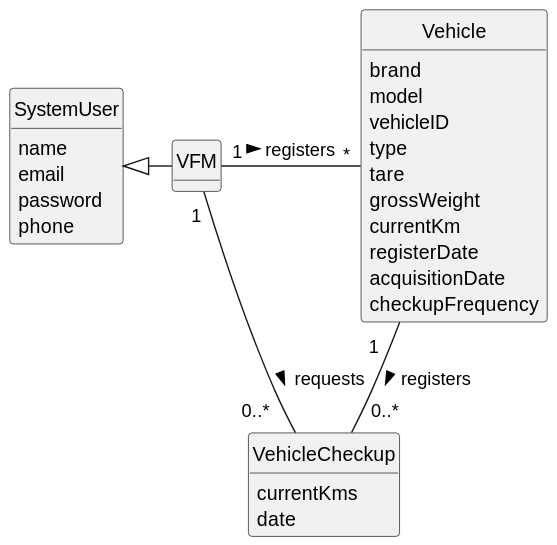
Earlier version of the PlantUML export docs/sprintB/us008/02.analysis/svg/us008-domain-model.svg (Departamento-de-Engenharia-Informatica/lei-24-s2-1do-g164). Source of this version:
```plantuml
@startuml
skinparam monochrome true
skinparam packageStyle rectangle
skinparam shadowing false



skinparam classAttributeIconSize 0

hide circle
hide methods


class SystemUser {
    name
    email
    password
    phone

}
class VFM {

}

class VehicleCheckup {
    currentKms
    date

}

class Vehicle {

        brand
        model
        vehicleID
        type
        tare
        grossWeight
        currentKm
        registerDate
        acquisitionDate
        checkupFrequency
}


VFM "1" - "*" Vehicle : registers >
Vehicle "1   " -- "0..*                        " VehicleCheckup : registers >
VFM "           1 " - "0..*   " VehicleCheckup : requests >
SystemUser <|- VFM
@enduml
```
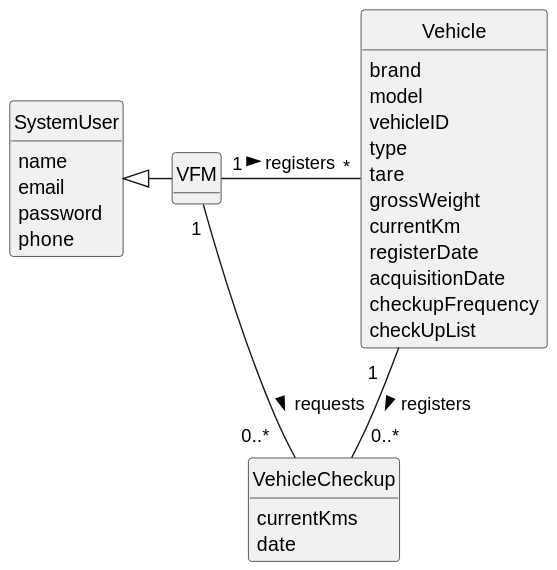
The same diagram one commit later.

What changed in the source:
```diff
@@ -30,6 +30,7 @@
 
 class Vehicle {
 
+
         brand
         model
         vehicleID
@@ -40,6 +41,7 @@
         registerDate
         acquisitionDate
         checkupFrequency
+        checkUpList
 }
 
 
```
